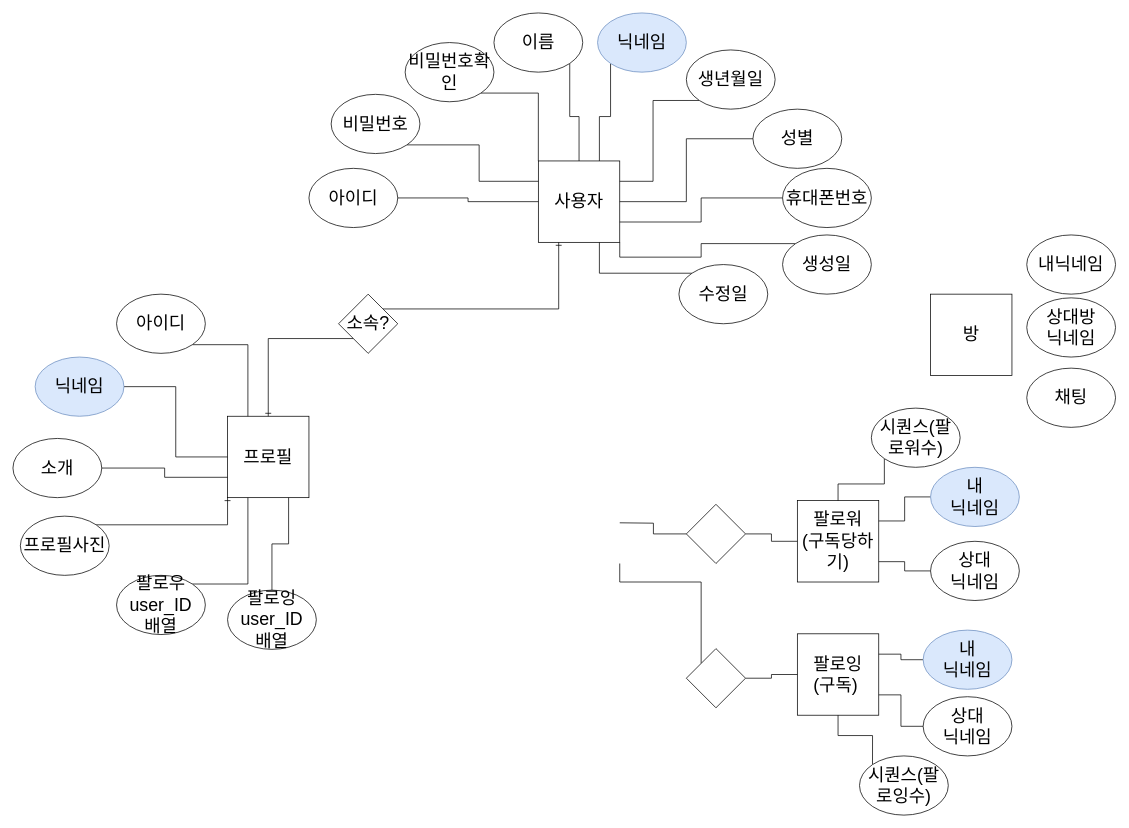
Above: Untitled Diagram.drawio in DHMaeng/DB (draw.io), before the change. Source tidied: cells renumbered, new cells numbered last; positions are measured from the earlier drawing's top-left corner, leaving out a move shared by most shapes. Both pictures are drawn from the tidied source at 74%, with x=0, y=0 at pixel (13, 13).
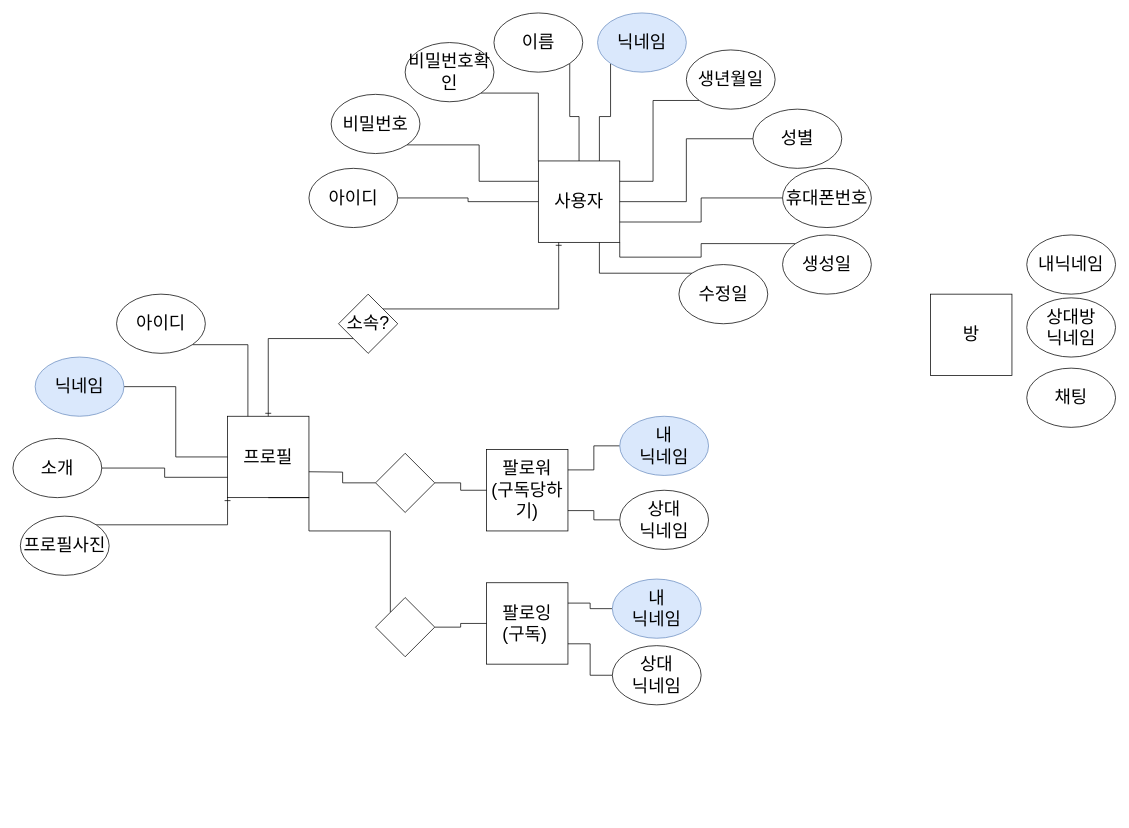
The same diagram, later.

The change refers to these unchanged cells:
```xml
<mxCell id="19" value="&lt;span style=&quot;font-size: 24px&quot;&gt;프로필&lt;br&gt;&lt;/span&gt;" style="whiteSpace=wrap;html=1;" parent="1" vertex="1">
  <mxGeometry x="290" y="545" width="110" height="110" as="geometry" />
</mxCell>
```

The edit, as a diff of the source:
```diff
@@
-    <mxCell id="35" style="edgeStyle=orthogonalEdgeStyle;rounded=0;jettySize=auto;html=1;exitX=1;exitY=0;exitDx=0;exitDy=0;entryX=0.25;entryY=1;entryDx=0;entryDy=0;endArrow=none;endFill=0;" parent="1" edge="1" source="36" target="19">
-      <mxGeometry relative="1" as="geometry" />
-    </mxCell>
-    <mxCell id="36" value="&lt;span style=&quot;font-size: 24px&quot;&gt;팔로우 user_ID&lt;br&gt;배열&lt;br&gt;&lt;/span&gt;" style="ellipse;whiteSpace=wrap;html=1;" parent="1" vertex="1">
-      <mxGeometry x="140" y="760" width="120" height="80" as="geometry" />
-    </mxCell>
-    <mxCell id="37" style="edgeStyle=orthogonalEdgeStyle;rounded=0;jettySize=auto;html=1;exitX=0.5;exitY=0;exitDx=0;exitDy=0;entryX=0.75;entryY=1;entryDx=0;entryDy=0;endArrow=none;endFill=0;" parent="1" edge="1" source="38" target="19">
-      <mxGeometry relative="1" as="geometry" />
-    </mxCell>
-    <mxCell id="38" value="&lt;span style=&quot;font-size: 24px&quot;&gt;팔로잉 user_ID&lt;br&gt;배열&lt;br&gt;&lt;/span&gt;" style="ellipse;whiteSpace=wrap;html=1;" parent="1" vertex="1">
-      <mxGeometry x="290" y="780" width="120" height="80" as="geometry" />
-    </mxCell>
     <mxCell id="39" style="edgeStyle=orthogonalEdgeStyle;rounded=0;jettySize=auto;html=1;exitX=1;exitY=0.5;exitDx=0;exitDy=0;entryX=0;entryY=0.5;entryDx=0;entryDy=0;endArrow=none;endFill=0;" parent="1" edge="1" target="56">
       <mxGeometry relative="1" as="geometry">
-        <mxPoint x="820" y="689" as="sourcePoint" />
+        <mxPoint x="400" y="620" as="sourcePoint" />
       </mxGeometry>
     </mxCell>
-    <mxCell id="40" style="edgeStyle=orthogonalEdgeStyle;rounded=0;jettySize=auto;html=1;exitX=1;exitY=1;exitDx=0;exitDy=0;entryX=0;entryY=0;entryDx=0;entryDy=0;endArrow=none;endFill=0;" parent="1" edge="1" target="58">
+    <mxCell id="40" style="edgeStyle=orthogonalEdgeStyle;rounded=0;jettySize=auto;html=1;exitX=0.5;exitY=1;exitDx=0;exitDy=0;entryX=0;entryY=0;entryDx=0;entryDy=0;endArrow=none;endFill=0;" parent="1" edge="1" source="19" target="58">
       <mxGeometry relative="1" as="geometry">
-        <mxPoint x="820" y="744" as="sourcePoint" />
         <Array as="points">
-          <mxPoint x="820" y="769" />
-          <mxPoint x="930" y="769" />
+          <mxPoint x="400" y="655" />
+          <mxPoint x="400" y="700" />
+          <mxPoint x="510" y="700" />
         </Array>
       </mxGeometry>
     </mxCell>
     <mxCell id="41" value="&lt;span style=&quot;font-size: 24px&quot;&gt;팔로워&lt;br&gt;(구독당하기)&lt;br&gt;&lt;/span&gt;" style="whiteSpace=wrap;html=1;" parent="1" vertex="1">
-      <mxGeometry x="1060" y="659" width="110" height="110" as="geometry" />
+      <mxGeometry x="640" y="590" width="110" height="110" as="geometry" />
     </mxCell>
     <mxCell id="42" value="&lt;div style=&quot;text-align: left&quot;&gt;&lt;span style=&quot;font-size: 24px&quot;&gt;팔로잉&lt;/span&gt;&lt;/div&gt;&lt;div style=&quot;text-align: left&quot;&gt;&lt;span style=&quot;font-size: 24px&quot;&gt;(구독)&lt;/span&gt;&lt;/div&gt;" style="whiteSpace=wrap;html=1;" parent="1" vertex="1">
-      <mxGeometry x="1060" y="839" width="110" height="110" as="geometry" />
+      <mxGeometry x="640" y="770" width="110" height="110" as="geometry" />
     </mxCell>
@@
     <mxCell id="44" value="&lt;span style=&quot;font-size: 24px&quot;&gt;내&lt;br&gt;닉네임&lt;/span&gt;" style="ellipse;whiteSpace=wrap;html=1;fillColor=#dae8fc;strokeColor=#6c8ebf;" parent="1" vertex="1">
-      <mxGeometry x="1240" y="614" width="120" height="80" as="geometry" />
+      <mxGeometry x="820" y="545" width="120" height="80" as="geometry" />
     </mxCell>
@@
     <mxCell id="46" value="&lt;span style=&quot;font-size: 24px&quot;&gt;상대&lt;br&gt;닉네임&lt;/span&gt;" style="ellipse;whiteSpace=wrap;html=1;" parent="1" vertex="1">
-      <mxGeometry x="1240" y="714" width="120" height="80" as="geometry" />
+      <mxGeometry x="820" y="645" width="120" height="80" as="geometry" />
     </mxCell>
@@
     <mxCell id="48" value="&lt;span style=&quot;font-size: 24px&quot;&gt;내&lt;br&gt;닉네임&lt;/span&gt;" style="ellipse;whiteSpace=wrap;html=1;fillColor=#dae8fc;strokeColor=#6c8ebf;" parent="1" vertex="1">
-      <mxGeometry x="1230" y="834" width="120" height="80" as="geometry" />
+      <mxGeometry x="810" y="765" width="120" height="80" as="geometry" />
     </mxCell>
@@
     <mxCell id="50" value="&lt;span style=&quot;font-size: 24px&quot;&gt;상대&lt;br&gt;닉네임&lt;/span&gt;" style="ellipse;whiteSpace=wrap;html=1;" parent="1" vertex="1">
-      <mxGeometry x="1230" y="924" width="120" height="80" as="geometry" />
+      <mxGeometry x="810" y="855" width="120" height="80" as="geometry" />
     </mxCell>
-    <mxCell id="51" style="edgeStyle=orthogonalEdgeStyle;rounded=0;jettySize=auto;html=1;exitX=0;exitY=1;exitDx=0;exitDy=0;endArrow=none;endFill=0;entryX=0.5;entryY=0;entryDx=0;entryDy=0;" parent="1" edge="1" source="52" target="41">
-      <mxGeometry relative="1" as="geometry" />
-    </mxCell>
-    <mxCell id="52" value="&lt;span style=&quot;font-size: 24px&quot;&gt;시퀀스(팔로워수)&lt;/span&gt;" style="ellipse;whiteSpace=wrap;html=1;" parent="1" vertex="1">
-      <mxGeometry x="1160" y="534" width="120" height="80" as="geometry" />
-    </mxCell>
-    <mxCell id="53" style="edgeStyle=orthogonalEdgeStyle;rounded=0;jettySize=auto;html=1;exitX=0;exitY=0;exitDx=0;exitDy=0;entryX=0.5;entryY=1;entryDx=0;entryDy=0;endArrow=none;endFill=0;" parent="1" edge="1" source="54" target="42">
-      <mxGeometry relative="1" as="geometry" />
-    </mxCell>
-    <mxCell id="54" value="&lt;span style=&quot;font-size: 24px&quot;&gt;시퀀스(팔로잉수)&lt;/span&gt;" style="ellipse;whiteSpace=wrap;html=1;" parent="1" vertex="1">
-      <mxGeometry x="1144" y="1004" width="120" height="80" as="geometry" />
-    </mxCell>
@@
     <mxCell id="56" style="rhombus;whiteSpace=wrap;html=1;" parent="1" vertex="1">
-      <mxGeometry x="910" y="664" width="80" height="80" as="geometry" />
+      <mxGeometry x="490" y="595" width="80" height="80" as="geometry" />
     </mxCell>
@@
     <mxCell id="58" style="rhombus;whiteSpace=wrap;html=1;" parent="1" vertex="1">
-      <mxGeometry x="910" y="859" width="80" height="80" as="geometry" />
+      <mxGeometry x="490" y="790" width="80" height="80" as="geometry" />
     </mxCell>
```
